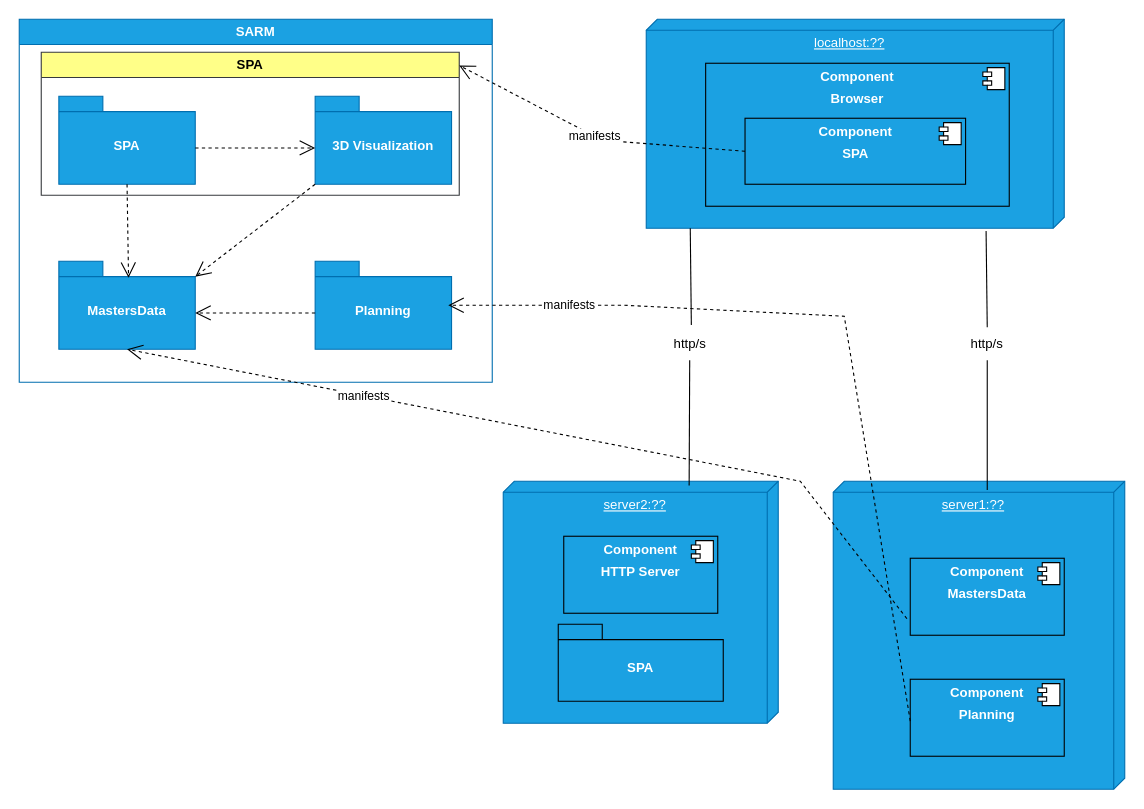
The draw.io diagram docs/L2/Mapping_Implementation_Physical_Views.drawio in Rodrick0209/ISEP-SEM5PI-24-25, before the edit. Source tidied: cells renumbered, new cells numbered last; positions are measured from the earlier drawing's top-left corner, leaving out a move shared by most shapes. Both pictures are drawn from the tidied source at 110%, with x=0, y=0 at pixel (19, 19).
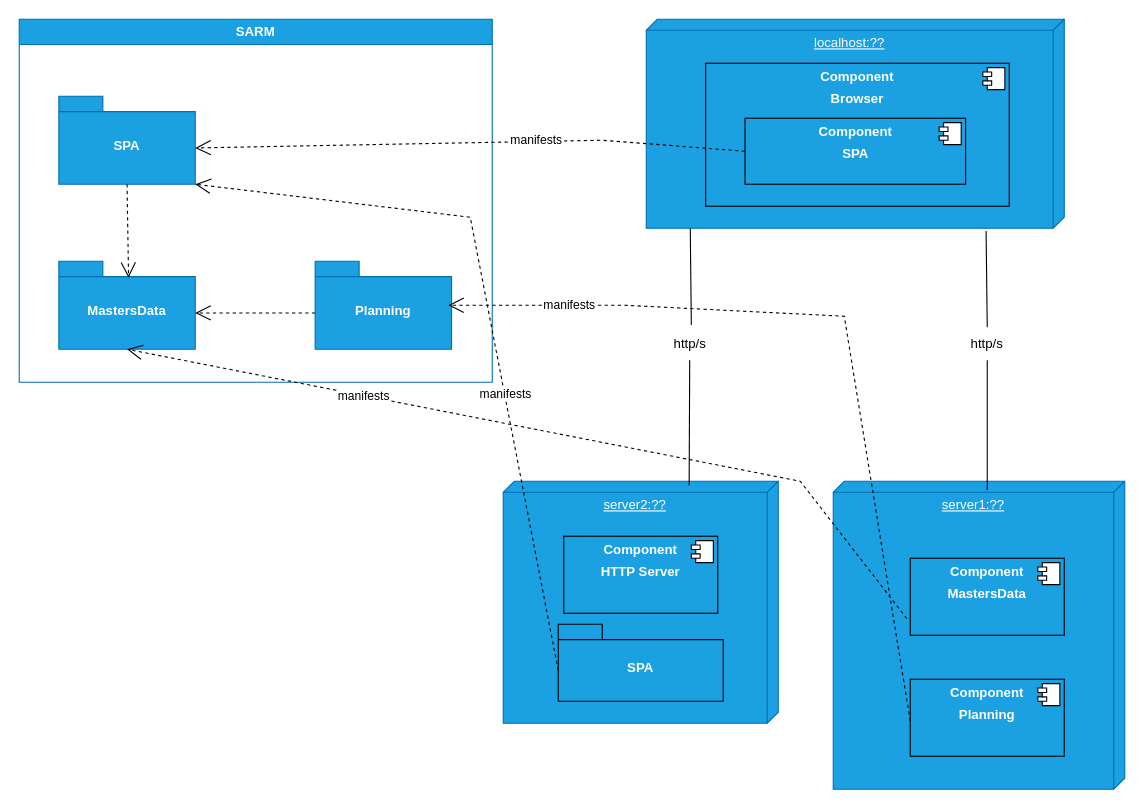
The same page after the edit.

Commit message (it also covers changes not shown here):
Updated diagrams to remove 3D (because 3D is a component of SPA) #25

The change refers to these unchanged cells:
```xml
<mxCell id="2" value="SARM" style="swimlane;whiteSpace=wrap;html=1;fillColor=#1ba1e2;fontColor=#ffffff;strokeColor=#006EAF;startSize=23;" parent="1" vertex="1">
  <mxGeometry width="430" height="330" as="geometry" />
</mxCell>
<mxCell id="3" value="SPA" style="shape=folder;fontStyle=1;spacingTop=10;tabWidth=40;tabHeight=14;tabPosition=left;html=1;whiteSpace=wrap;fillColor=#1ba1e2;fontColor=#ffffff;strokeColor=#006EAF;" parent="2" vertex="1">
  <mxGeometry x="36" y="70" width="124" height="80" as="geometry" />
</mxCell>
<mxCell id="5" value="MastersData" style="shape=folder;fontStyle=1;spacingTop=10;tabWidth=40;tabHeight=14;tabPosition=left;html=1;whiteSpace=wrap;fillColor=#1ba1e2;fontColor=#ffffff;strokeColor=#006EAF;" parent="2" vertex="1">
  <mxGeometry x="36" y="220" width="124" height="80" as="geometry" />
</mxCell>
<mxCell id="17" value="SPA" style="shape=folder;fontStyle=1;spacingTop=10;tabWidth=40;tabHeight=14;tabPosition=left;html=1;whiteSpace=wrap;fillColor=#1ba1e2;fontColor=#ffffff;strokeColor=default;" parent="2" vertex="1">
  <mxGeometry x="490" y="550" width="150" height="70" as="geometry" />
</mxCell>
<mxCell id="28" value="&lt;p style=&quot;margin:0px;margin-top:6px;text-align:center;&quot;&gt;&lt;b&gt;Component&lt;/b&gt;&lt;/p&gt;&lt;p style=&quot;margin:0px;margin-top:6px;text-align:center;&quot;&gt;&lt;b&gt;SPA&lt;/b&gt;&lt;/p&gt;" style="align=left;overflow=fill;html=1;whiteSpace=wrap;fillColor=#1ba1e2;fontColor=#ffffff;strokeColor=#000000;" parent="1" vertex="1">
  <mxGeometry x="659.8" y="90" width="200.5" height="60" as="geometry" />
</mxCell>
```

Diff of the diagram source:
```diff
@@
-    <mxCell id="6" value="3D Visualization" style="shape=folder;fontStyle=1;spacingTop=10;tabWidth=40;tabHeight=14;tabPosition=left;html=1;whiteSpace=wrap;fillColor=#1ba1e2;fontColor=#ffffff;strokeColor=#006EAF;" parent="2" vertex="1">
-      <mxGeometry x="269" y="70" width="124" height="80" as="geometry" />
-    </mxCell>
-    <mxCell id="7" value="&lt;div&gt;&lt;br&gt;&lt;/div&gt;&lt;div&gt;&lt;br&gt;&lt;/div&gt;" style="endArrow=open;endSize=12;dashed=1;html=1;rounded=0;exitX=0;exitY=0;exitDx=124;exitDy=47;exitPerimeter=0;entryX=0;entryY=0;entryDx=0;entryDy=47;entryPerimeter=0;" parent="2" edge="1" source="3" target="6">
-      <mxGeometry relative="1" as="geometry" />
-    </mxCell>
@@
-    <mxCell id="9" value="&lt;div&gt;&lt;br&gt;&lt;/div&gt;&lt;div&gt;&lt;br&gt;&lt;/div&gt;" style="endArrow=open;endSize=12;dashed=1;html=1;rounded=0;entryX=0;entryY=0;entryDx=124;entryDy=14;entryPerimeter=0;exitX=0;exitY=0;exitDx=0;exitDy=80;exitPerimeter=0;" parent="2" edge="1" source="6" target="5">
-      <mxGeometry relative="1" as="geometry" />
-    </mxCell>
@@
-    <mxCell id="11" value="SPA" style="swimlane;whiteSpace=wrap;html=1;fillColor=#ffff88;strokeColor=#36393d;" parent="2" vertex="1">
-      <mxGeometry x="20" y="30" width="380" height="130" as="geometry" />
-    </mxCell>
@@
+    <mxCell id="35" value="manifests" style="endArrow=open;endSize=12;dashed=1;html=1;rounded=0;exitX=0;exitY=0;exitDx=0;exitDy=42;exitPerimeter=0;entryX=0;entryY=0;entryDx=124;entryDy=80;entryPerimeter=0;" parent="2" edge="1" source="17" target="3">
+      <mxGeometry x="-0.24" y="-1" relative="1" as="geometry">
+        <Array as="points">
+          <mxPoint x="410" y="180" />
+        </Array>
+      </mxGeometry>
+    </mxCell>
@@
-    <mxCell id="33" value="manifests" style="endArrow=open;endSize=12;dashed=1;html=1;rounded=0;exitX=0;exitY=0.5;exitDx=0;exitDy=0;entryX=1;entryY=0.092;entryDx=0;entryDy=0;entryPerimeter=0;" parent="1" edge="1" source="28" target="11">
-      <mxGeometry relative="1" as="geometry">
+    <mxCell id="33" value="manifests" style="endArrow=open;endSize=12;dashed=1;html=1;rounded=0;exitX=0;exitY=0.5;exitDx=0;exitDy=0;entryX=0;entryY=0;entryDx=124;entryDy=47;entryPerimeter=0;" parent="1" edge="1" source="28" target="3">
+      <mxGeometry x="-0.24" y="-1" relative="1" as="geometry">
         <Array as="points">
           <mxPoint x="530" y="110" />
         </Array>
       </mxGeometry>
     </mxCell>
```
